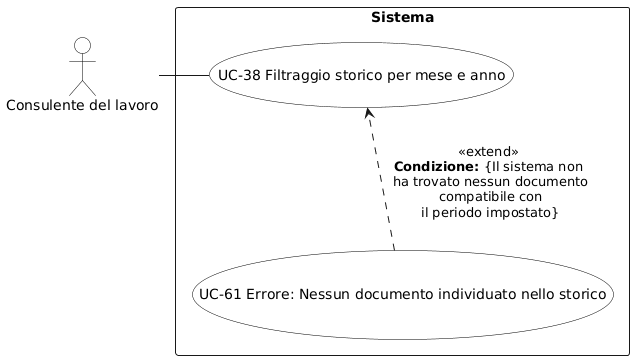
The PlantUML diagram RTB/Analisi dei Requisiti/diagrammi_use_case/UC-38.png in aLittleByte-19/Documentazione, before a commit.
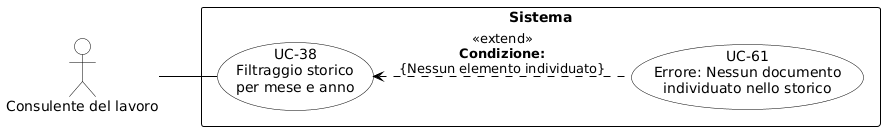
The same file after the commit.

The edit, as a diff of the source:
```diff
@@ -1,24 +1,32 @@
 @startuml
-skinparam backgroundColor white
+skinparam shadowing false
+skinparam defaultFontName Arial
+left to right direction
+skinparam nodesep 15
+skinparam ranksep 50
+
+skinparam usecase {
+    BackgroundColor white
+    BorderColor black
+    ArrowColor black
+}
 skinparam actor {
-  BackgroundColor white
-  BorderColor black
-  FontColor black
+    BackgroundColor white
+    BorderColor black
 }
-skinparam usecase {
-  BackgroundColor white
-  BorderColor black
-  FontColor black
+skinparam rectangle {
+    BorderColor black
+    FontStyle bold
 }
-actor "Consulente del lavoro" as C
+
+actor "Consulente del lavoro" as CL
 
 rectangle "Sistema" {
-  (UC-38 Filtraggio storico per mese e anno) as UC38
-  (UC-61 Errore: Nessun documento individuato nello storico) as UC61
-  UC38 -[hidden]d- UC61
+    usecase "UC-38\nFiltraggio storico\nper mese e anno" as UC38
+    usecase "UC-61\nErrore: Nessun documento\nindividuato nello storico" as UC61
 
-  UC61 ..> UC38 : <<extend>>\n**Condizione:** {Il sistema non\n ha trovato nessun documento\n compatibile con\n il periodo impostato}
+    UC38 <.. UC61 : <<extend>>\n**Condizione:**\n{Nessun elemento individuato}
 }
 
-C - UC38
+CL -- UC38
 @enduml
```
